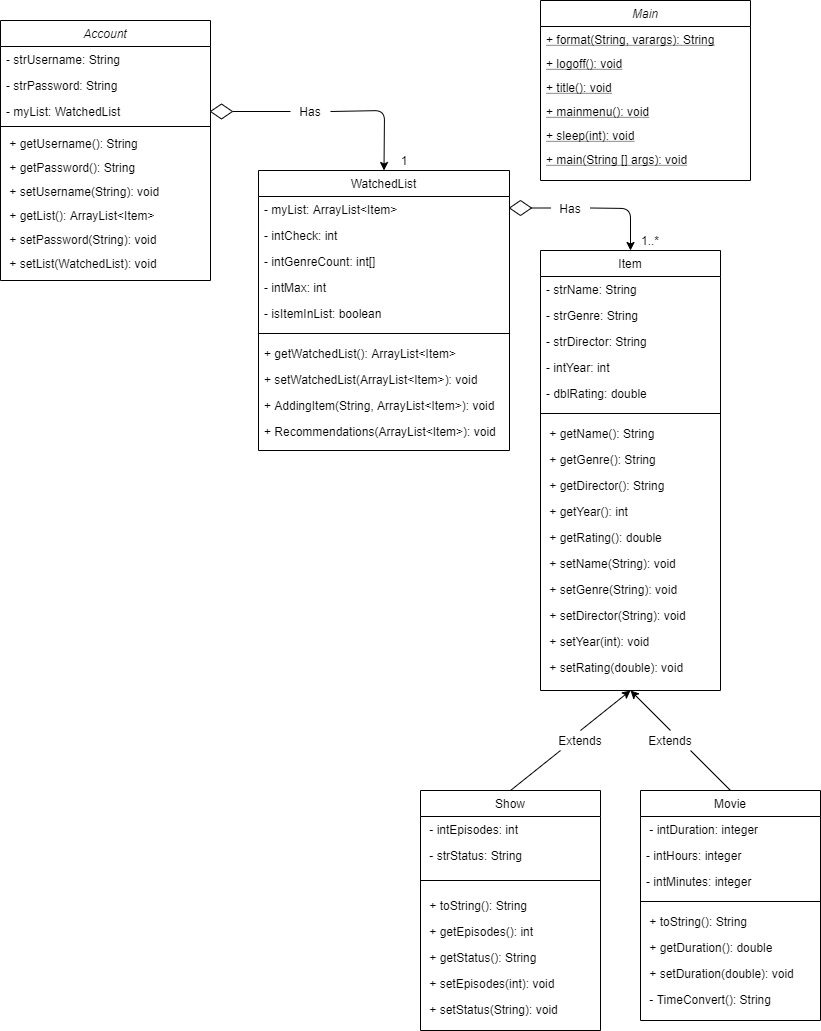
Earlier version of the draw.io export src/ClassDiagram.png (SACHSTech/ics4u-oop-assignment-EthanLai8). Source tidied: cells renumbered, new cells last; positions are measured from the earlier drawing's top-left corner, leaving out a move shared by most shapes.
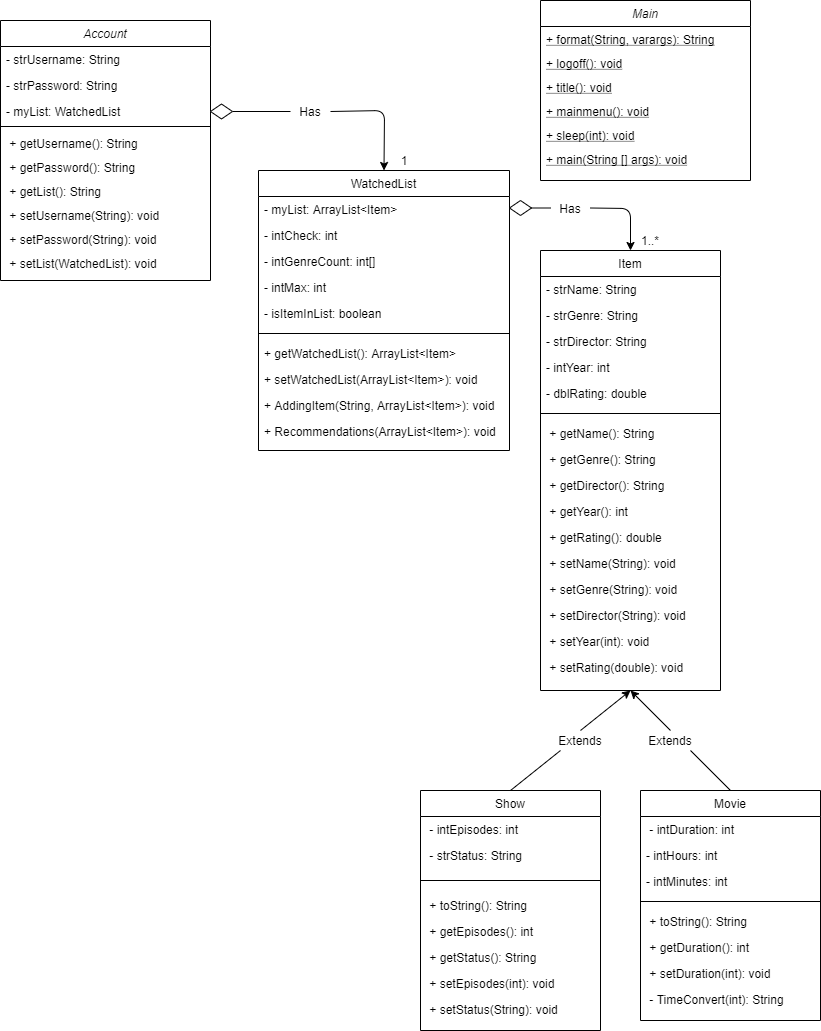
The same file after the commit.

Commit message:
Fixed Class Diagram Again

Diff of the diagram source:
```diff
@@ -23,12 +23,12 @@
     <mxCell id="8" value=" + getPassword(): String" style="text;align=left;verticalAlign=top;spacingLeft=4;spacingRight=4;overflow=hidden;rounded=0;shadow=0;html=0;" parent="2" vertex="1">
       <mxGeometry y="134" width="210" height="24" as="geometry" />
     </mxCell>
+    <mxCell id="10" value=" + getList(): String" style="text;align=left;verticalAlign=top;spacingLeft=4;spacingRight=4;overflow=hidden;rounded=0;shadow=0;html=0;" parent="2" vertex="1">
+      <mxGeometry y="158" width="210" height="24" as="geometry" />
+    </mxCell>
     <mxCell id="9" value=" + setUsername(String): void" style="text;align=left;verticalAlign=top;spacingLeft=4;spacingRight=4;overflow=hidden;rounded=0;shadow=0;html=0;" parent="2" vertex="1">
-      <mxGeometry y="158" width="210" height="24" as="geometry" />
+      <mxGeometry y="182" width="210" height="24" as="geometry" />
     </mxCell>
-    <mxCell id="10" value=" + getList(): ArrayList&lt;Item&gt;" style="text;align=left;verticalAlign=top;spacingLeft=4;spacingRight=4;overflow=hidden;rounded=0;shadow=0;html=0;" parent="2" vertex="1">
-      <mxGeometry y="182" width="210" height="24" as="geometry" />
-    </mxCell>
     <mxCell id="11" value=" + setPassword(String): void" style="text;align=left;verticalAlign=top;spacingLeft=4;spacingRight=4;overflow=hidden;rounded=0;shadow=0;html=0;" parent="2" vertex="1">
       <mxGeometry y="206" width="210" height="24" as="geometry" />
     </mxCell>
@@ -166,13 +166,13 @@
     <mxCell id="53" value="Movie" style="swimlane;fontStyle=0;align=center;verticalAlign=top;horizontal=1;startSize=26;rounded=0;shadow=0;strokeWidth=1;" parent="1" vertex="1">
       <mxGeometry x="640" y="790" width="180" height="230" as="geometry" />
     </mxCell>
-    <mxCell id="54" value=" - intDuration: integer" style="text;align=left;verticalAlign=top;spacingLeft=4;spacingRight=4;overflow=hidden;" parent="53" vertex="1">
+    <mxCell id="54" value=" - intDuration: int" style="text;align=left;verticalAlign=top;spacingLeft=4;spacingRight=4;overflow=hidden;" parent="53" vertex="1">
       <mxGeometry y="26" width="180" height="26" as="geometry" />
     </mxCell>
-    <mxCell id="55" value="- intHours: integer" style="text;align=left;verticalAlign=top;spacingLeft=4;spacingRight=4;overflow=hidden;" parent="53" vertex="1">
+    <mxCell id="55" value="- intHours: int" style="text;align=left;verticalAlign=top;spacingLeft=4;spacingRight=4;overflow=hidden;" parent="53" vertex="1">
       <mxGeometry y="52" width="180" height="26" as="geometry" />
     </mxCell>
-    <mxCell id="56" value="- intMinutes: integer" style="text;align=left;verticalAlign=top;spacingLeft=4;spacingRight=4;overflow=hidden;" parent="53" vertex="1">
+    <mxCell id="56" value="- intMinutes: int" style="text;align=left;verticalAlign=top;spacingLeft=4;spacingRight=4;overflow=hidden;" parent="53" vertex="1">
       <mxGeometry y="78" width="180" height="26" as="geometry" />
     </mxCell>
     <mxCell id="57" style="line;html=1;strokeWidth=1;align=left;verticalAlign=middle;spacingTop=-1;spacingLeft=3;spacingRight=3;labelPosition=right;" parent="53" vertex="1">
@@ -181,13 +181,13 @@
     <mxCell id="58" value=" + toString(): String" style="text;align=left;verticalAlign=top;spacingLeft=4;spacingRight=4;overflow=hidden;" parent="53" vertex="1">
       <mxGeometry y="118" width="180" height="26" as="geometry" />
     </mxCell>
-    <mxCell id="59" value=" + getDuration(): double" style="text;align=left;verticalAlign=top;spacingLeft=4;spacingRight=4;overflow=hidden;" parent="53" vertex="1">
+    <mxCell id="59" value=" + getDuration(): int" style="text;align=left;verticalAlign=top;spacingLeft=4;spacingRight=4;overflow=hidden;" parent="53" vertex="1">
       <mxGeometry y="144" width="180" height="26" as="geometry" />
     </mxCell>
-    <mxCell id="60" value=" + setDuration(double): void" style="text;align=left;verticalAlign=top;spacingLeft=4;spacingRight=4;overflow=hidden;" parent="53" vertex="1">
+    <mxCell id="60" value=" + setDuration(int): void" style="text;align=left;verticalAlign=top;spacingLeft=4;spacingRight=4;overflow=hidden;" parent="53" vertex="1">
       <mxGeometry y="170" width="180" height="26" as="geometry" />
     </mxCell>
-    <mxCell id="61" value=" - TimeConvert(): String" style="text;align=left;verticalAlign=top;spacingLeft=4;spacingRight=4;overflow=hidden;" parent="53" vertex="1">
+    <mxCell id="61" value=" - TimeConvert(int): String" style="text;align=left;verticalAlign=top;spacingLeft=4;spacingRight=4;overflow=hidden;" parent="53" vertex="1">
       <mxGeometry y="196" width="180" height="26" as="geometry" />
     </mxCell>
     <mxCell id="62" value="Show" style="swimlane;fontStyle=0;align=center;verticalAlign=top;horizontal=1;startSize=26;rounded=0;shadow=0;strokeWidth=1;" parent="1" vertex="1">
```
